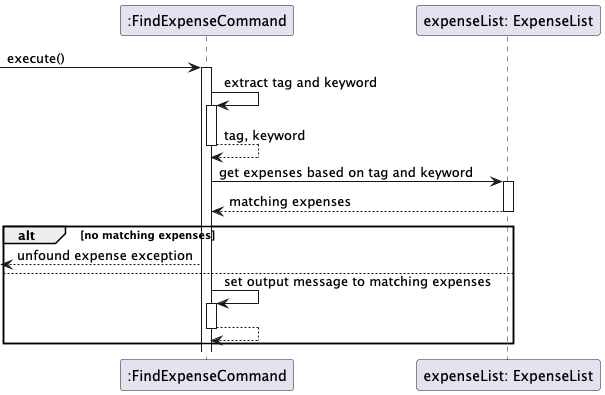
Above: docs/images/FindExpenseCommand.png in thienkimtranhoang/tp (PlantUML), before the change.
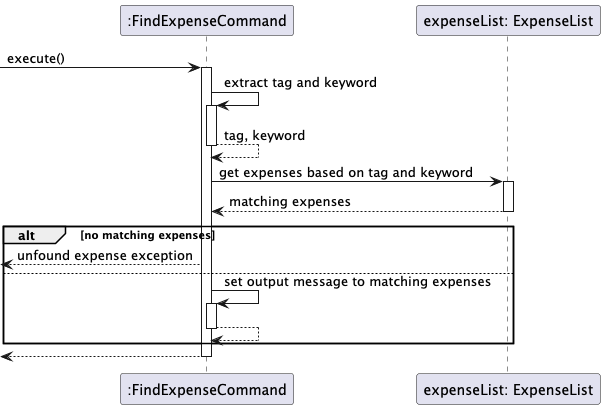
After the change.

What changed in the source:
```diff
@@ -13,5 +13,6 @@
     command -> command ++: set output message to matching expenses
     command --> command --:
 end
+<-- command --:
 
 @enduml
```
